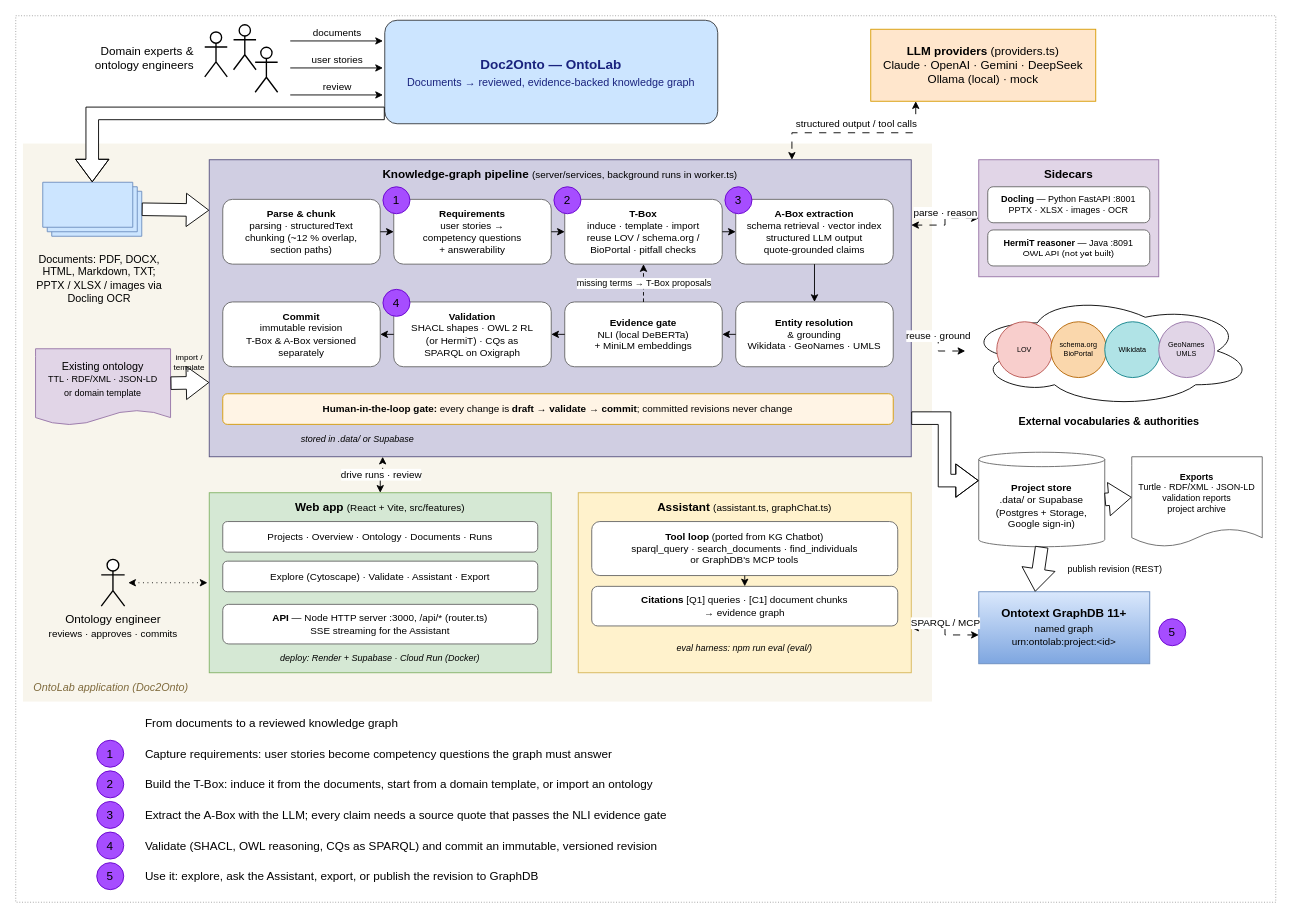
Before: docs/doc2onto_architecture.drawio in IndustriAgents/OntoLab, a draw.io diagram. Source tidied: cells renumbered, new cells numbered last; positions are measured from the earlier drawing's top-left corner, leaving out a move shared by most shapes. Both pictures are drawn from the tidied source at 90%, with x=0, y=0 at pixel (15, 15).
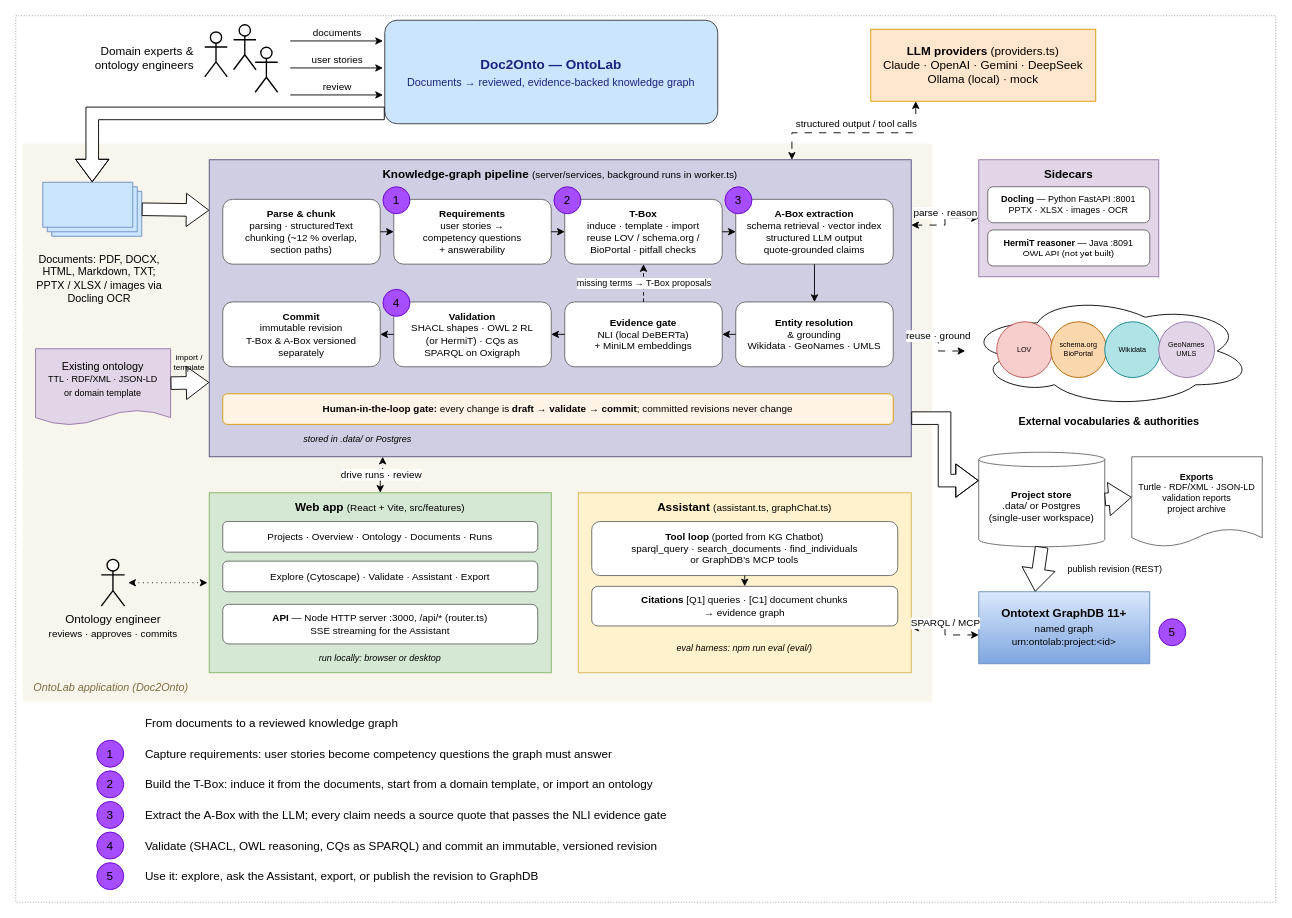
After the change.

Unchanged cells that the change refers to:
```xml
<mxCell id="19" value="&lt;b&gt;Knowledge-graph pipeline&lt;/b&gt;&amp;nbsp;&lt;span style=&quot;font-size:11px&quot;&gt;(server/services, background runs in worker.ts)&lt;/span&gt;" style="rounded=0;whiteSpace=wrap;html=1;fontColor=#000000;fontSize=13;verticalAlign=top;spacingTop=2;fillColor=#d0cee2;strokeColor=#56517e;" parent="1" vertex="1">
  <mxGeometry x="215" y="160" width="780" height="330" as="geometry" />
</mxCell>
<mxCell id="38" value="&lt;b&gt;Web app&lt;/b&gt;&amp;nbsp;&lt;span style=&quot;font-size:11px&quot;&gt;(React + Vite, src/features)&lt;/span&gt;" style="rounded=0;whiteSpace=wrap;html=1;fontColor=#000000;fontSize=13;verticalAlign=top;spacingTop=2;fillColor=#d5e8d4;strokeColor=#82b366;" parent="1" vertex="1">
  <mxGeometry x="215" y="530" width="380" height="200" as="geometry" />
</mxCell>
```

The edit, as a diff of the source:
```diff
@@
-    <mxCell id="29" value="&lt;i&gt;stored in .data/ or Supabase&lt;/i&gt;" style="text;html=1;align=center;verticalAlign=middle;whiteSpace=wrap;strokeColor=none;fillColor=none;fontSize=13;fontSize=10;" parent="19" vertex="1">
+    <mxCell id="29" value="&lt;i&gt;stored in .data/ or Postgres&lt;/i&gt;" style="text;html=1;align=center;verticalAlign=middle;whiteSpace=wrap;strokeColor=none;fillColor=none;fontSize=13;fontSize=10;" parent="19" vertex="1">
       <mxGeometry x="15" y="298" width="300" height="24" as="geometry" />
     </mxCell>
@@
-    <mxCell id="42" value="&lt;i&gt;deploy: Render + Supabase · Cloud Run (Docker)&lt;/i&gt;" style="text;html=1;align=center;verticalAlign=middle;whiteSpace=wrap;strokeColor=none;fillColor=none;fontSize=13;fontSize=10;" parent="38" vertex="1">
+    <mxCell id="42" value="&lt;i&gt;run locally: browser or desktop&lt;/i&gt;" style="text;html=1;align=center;verticalAlign=middle;whiteSpace=wrap;strokeColor=none;fillColor=none;fontSize=13;fontSize=10;" parent="38" vertex="1">
       <mxGeometry x="15" y="172" width="350" height="22" as="geometry" />
     </mxCell>
@@
-    <mxCell id="57" value="&lt;b&gt;Project store&lt;/b&gt;&lt;br&gt;.data/ or Supabase&lt;br&gt;(Postgres + Storage,&lt;br&gt;Google sign-in)" style="shape=cylinder3;whiteSpace=wrap;html=1;boundedLbl=1;backgroundOutline=1;size=8;fontColor=#000000;fontSize=11;fillColor=#FFFFFF;strokeColor=#666666;" parent="1" vertex="1">
+    <mxCell id="57" value="&lt;b&gt;Project store&lt;/b&gt;&lt;br&gt;.data/ or Postgres&lt;br&gt;(single-user workspace)" style="shape=cylinder3;whiteSpace=wrap;html=1;boundedLbl=1;backgroundOutline=1;size=8;fontColor=#000000;fontSize=11;fillColor=#FFFFFF;strokeColor=#666666;" parent="1" vertex="1">
       <mxGeometry x="1070" y="485" width="140" height="105" as="geometry" />
     </mxCell>
```
